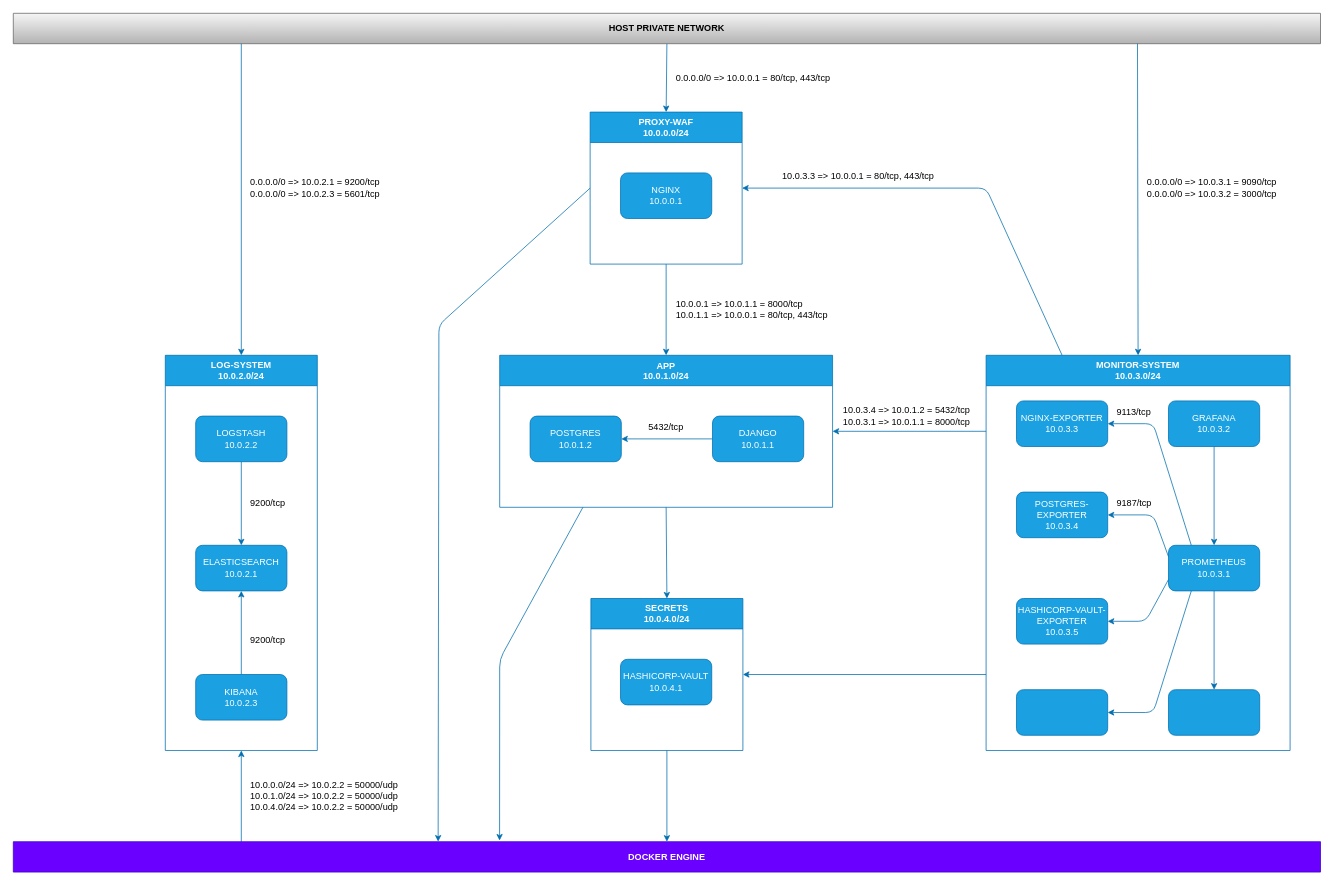
Before: _notebook/topology.drawio in GiovanniAfro/ft_Transcendence, a draw.io diagram. Source tidied: cells renumbered, new cells numbered last; positions are measured from the earlier drawing's top-left corner, leaving out a move shared by most shapes. Both pictures are drawn from the tidied source at 76%, with x=0, y=0 at pixel (13, 13).
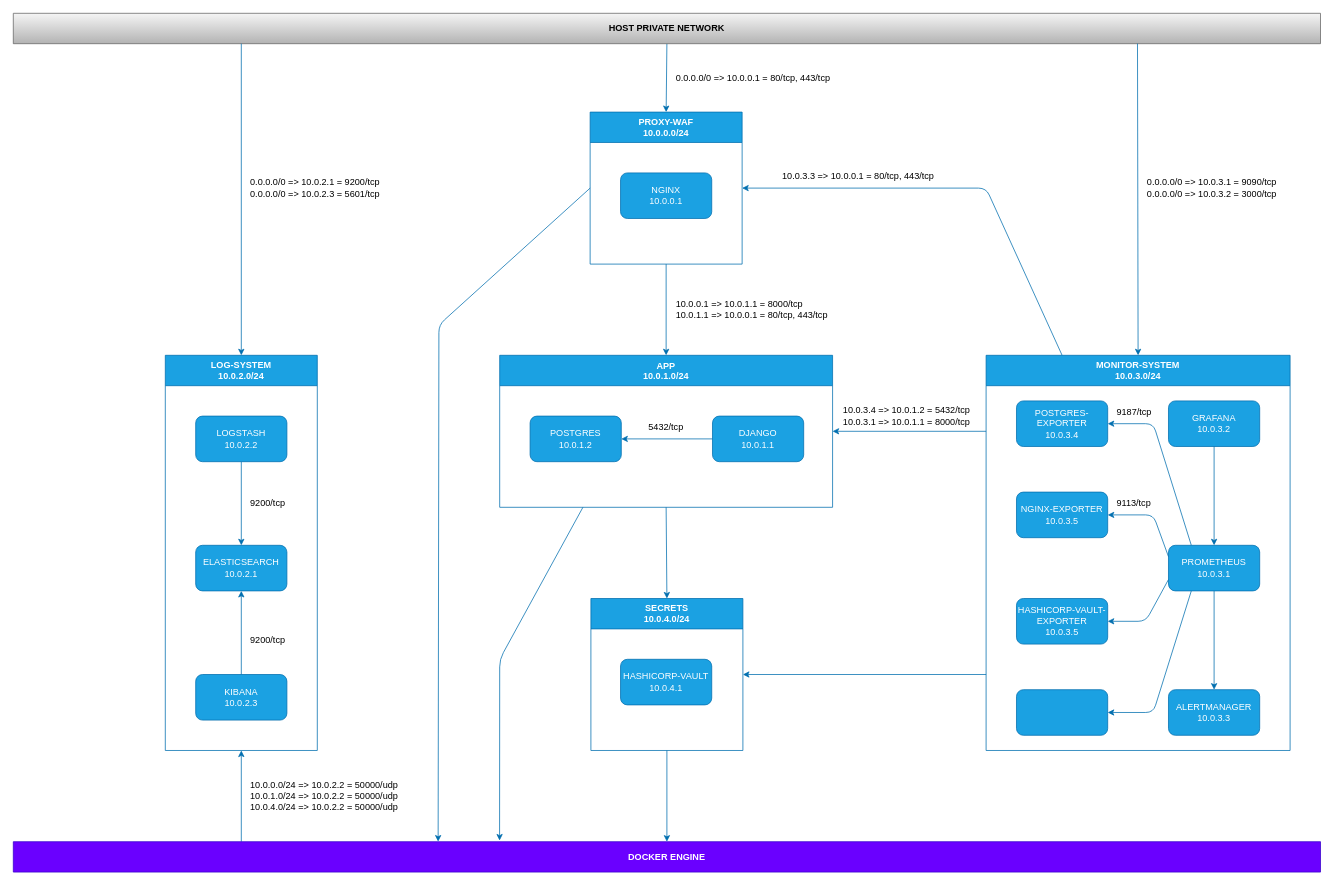
The same diagram, later.

The change refers to these unchanged cells:
```xml
<mxCell id="38" value="MONITOR-SYSTEM&lt;br&gt;10.0.3.0/24" style="swimlane;whiteSpace=wrap;html=1;startSize=40;fillColor=#1ba1e2;fontColor=#ffffff;strokeColor=#006EAF;" parent="1" vertex="1">
  <mxGeometry x="1280" y="450" width="400" height="520" as="geometry" />
</mxCell>
```

Diff of the diagram source:
```diff
@@
-    <mxCell id="39" value="NGINX-EXPORTER&lt;br style=&quot;border-color: var(--border-color);&quot;&gt;10.0.3.3" style="rounded=1;whiteSpace=wrap;html=1;fillColor=#1ba1e2;fontColor=#ffffff;strokeColor=#006EAF;" parent="38" vertex="1">
+    <mxCell id="39" value="POSTGRES-EXPORTER&lt;br style=&quot;border-color: var(--border-color);&quot;&gt;10.0.3.4" style="rounded=1;whiteSpace=wrap;html=1;fillColor=#1ba1e2;fontColor=#ffffff;strokeColor=#006EAF;" parent="38" vertex="1">
       <mxGeometry x="40" y="60" width="120" height="60" as="geometry" />
     </mxCell>
-    <mxCell id="40" value="POSTGRES-EXPORTER&lt;br&gt;10.0.3.4" style="rounded=1;whiteSpace=wrap;html=1;fillColor=#1ba1e2;fontColor=#ffffff;strokeColor=#006EAF;" parent="38" vertex="1">
+    <mxCell id="40" value="NGINX-EXPORTER&lt;br&gt;10.0.3.5" style="rounded=1;whiteSpace=wrap;html=1;fillColor=#1ba1e2;fontColor=#ffffff;strokeColor=#006EAF;" parent="38" vertex="1">
       <mxGeometry x="40" y="180" width="120" height="60" as="geometry" />
     </mxCell>
@@
-    <mxCell id="51" style="rounded=1;whiteSpace=wrap;html=1;fillColor=#1ba1e2;fontColor=#ffffff;strokeColor=#006EAF;" parent="38" vertex="1">
+    <mxCell id="51" value="ALERTMANAGER&lt;br&gt;10.0.3.3" style="rounded=1;whiteSpace=wrap;html=1;fillColor=#1ba1e2;fontColor=#ffffff;strokeColor=#006EAF;" parent="38" vertex="1">
       <mxGeometry x="240" y="440" width="120" height="60" as="geometry" />
     </mxCell>
-    <mxCell id="52" value="9187/tcp" style="text;html=1;align=left;verticalAlign=middle;strokeColor=none;fillColor=none;" parent="38" vertex="1">
+    <mxCell id="52" value="9113/tcp" style="text;html=1;align=left;verticalAlign=middle;strokeColor=none;fillColor=none;" parent="38" vertex="1">
       <mxGeometry x="170" y="180" width="70" height="30" as="geometry" />
     </mxCell>
-    <mxCell id="53" value="9113/tcp" style="text;html=1;align=left;verticalAlign=middle;strokeColor=none;fillColor=none;" parent="38" vertex="1">
+    <mxCell id="53" value="9187/tcp" style="text;html=1;align=left;verticalAlign=middle;strokeColor=none;fillColor=none;" parent="38" vertex="1">
       <mxGeometry x="170" y="60" width="70" height="30" as="geometry" />
     </mxCell>
```
